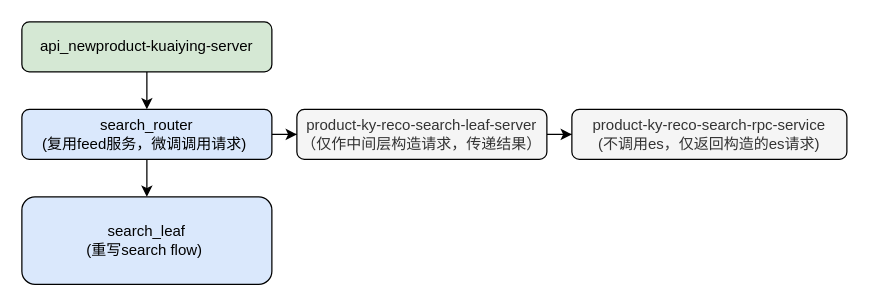
limpid-11/drawio keeps this draw.io diagram as search.drawio. Above is the earlier version. Source tidied: cells renumbered, new cells numbered last; positions are measured from the earlier drawing's top-left corner, leaving out a move shared by most shapes. Both pictures are drawn from the tidied source at 125%, with x=0, y=0 at pixel (21, 21).
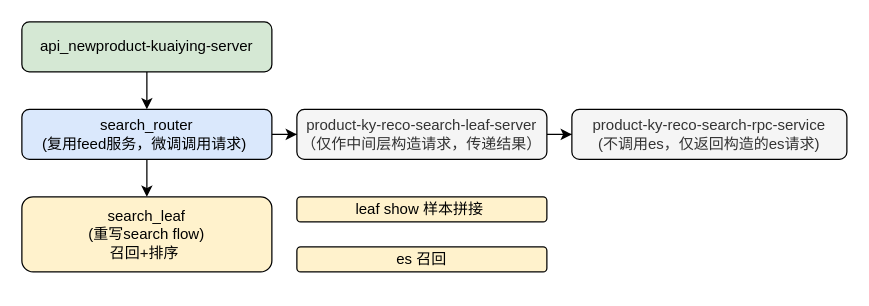
After the change.

What changed in the source:
```diff
@@
 <mxGraphModel>
   <root>
     <mxCell id="0" />
     <mxCell id="1" parent="0" />
     <mxCell id="2" style="edgeStyle=orthogonalEdgeStyle;rounded=0;jettySize=auto;html=1;" parent="1" edge="1" source="3" target="6">
       <mxGeometry relative="1" as="geometry" />
     </mxCell>
     <mxCell id="3" value="api_newproduct-kuaiying-server" style="rounded=1;whiteSpace=wrap;html=1;fillColor=#d5e8d4;strokeColor=#000000;" parent="1" vertex="1">
       <mxGeometry width="200" height="40" as="geometry" />
     </mxCell>
     <mxCell id="4" style="edgeStyle=orthogonalEdgeStyle;rounded=0;jettySize=auto;html=1;" parent="1" edge="1" source="6" target="8">
       <mxGeometry relative="1" as="geometry" />
     </mxCell>
     <mxCell id="5" style="edgeStyle=orthogonalEdgeStyle;rounded=0;jettySize=auto;html=1;" parent="1" edge="1" source="6" target="10">
       <mxGeometry relative="1" as="geometry" />
     </mxCell>
     <mxCell id="6" value="search_router&lt;br&gt;(复用feed服务，微调调用请求)&amp;nbsp;" style="rounded=1;whiteSpace=wrap;html=1;fillColor=#dae8fc;strokeColor=#000000;" parent="1" vertex="1">
       <mxGeometry y="70" width="200" height="40" as="geometry" />
     </mxCell>
     <mxCell id="7" style="edgeStyle=orthogonalEdgeStyle;rounded=0;jettySize=auto;html=1;" parent="1" edge="1" source="8" target="9">
       <mxGeometry relative="1" as="geometry" />
     </mxCell>
     <mxCell id="8" value="product-ky-reco-search-leaf-server&lt;br&gt;（仅作中间层构造请求，传递结果）" style="rounded=1;whiteSpace=wrap;html=1;fillColor=#f5f5f5;fontColor=#333333;strokeColor=#000000;" parent="1" vertex="1">
       <mxGeometry x="220" y="70" width="200" height="40" as="geometry" />
     </mxCell>
     <mxCell id="9" value="product-ky-reco-search-rpc-service&lt;br&gt;(不调用es，仅返回构造的es请求)" style="rounded=1;whiteSpace=wrap;html=1;fillColor=#f5f5f5;strokeColor=#000000;fontColor=#333333;" parent="1" vertex="1">
       <mxGeometry x="440" y="70" width="220" height="40" as="geometry" />
     </mxCell>
-    <mxCell id="10" value="search_leaf&lt;br&gt;(重写search flow)&amp;nbsp;" style="rounded=1;whiteSpace=wrap;html=1;fillColor=#dae8fc;strokeColor=#000000;" parent="1" vertex="1">
-      <mxGeometry y="140" width="200" height="70" as="geometry" />
+    <mxCell id="10" value="search_leaf&lt;br&gt;(重写search flow)&lt;div&gt;&lt;span style=&quot;background-color: transparent; color: light-dark(rgb(0, 0, 0), rgb(255, 255, 255));&quot;&gt;召回+&lt;/span&gt;&lt;span style=&quot;background-color: transparent; color: light-dark(rgb(0, 0, 0), rgb(255, 255, 255));&quot;&gt;排序&amp;nbsp;&lt;/span&gt;&lt;/div&gt;" style="rounded=1;whiteSpace=wrap;html=1;fillColor=#fff2cc;strokeColor=#000000;" parent="1" vertex="1">
+      <mxGeometry y="140" width="200" height="60" as="geometry" />
     </mxCell>
+    <mxCell id="11" value="&lt;span style=&quot;background-color: transparent; color: light-dark(rgb(0, 0, 0), rgb(255, 255, 255));&quot;&gt;leaf show 样本拼接&amp;nbsp;&lt;/span&gt;" style="rounded=1;whiteSpace=wrap;html=1;fillColor=#fff2cc;strokeColor=#000000;" parent="1" vertex="1">
+      <mxGeometry x="220" y="140" width="200" height="20" as="geometry" />
+    </mxCell>
+    <mxCell id="12" value="es 召回" style="rounded=1;whiteSpace=wrap;html=1;fillColor=#fff2cc;strokeColor=#000000;" parent="1" vertex="1">
+      <mxGeometry x="220" y="180" width="200" height="20" as="geometry" />
+    </mxCell>
   </root>
 </mxGraphModel>
```
